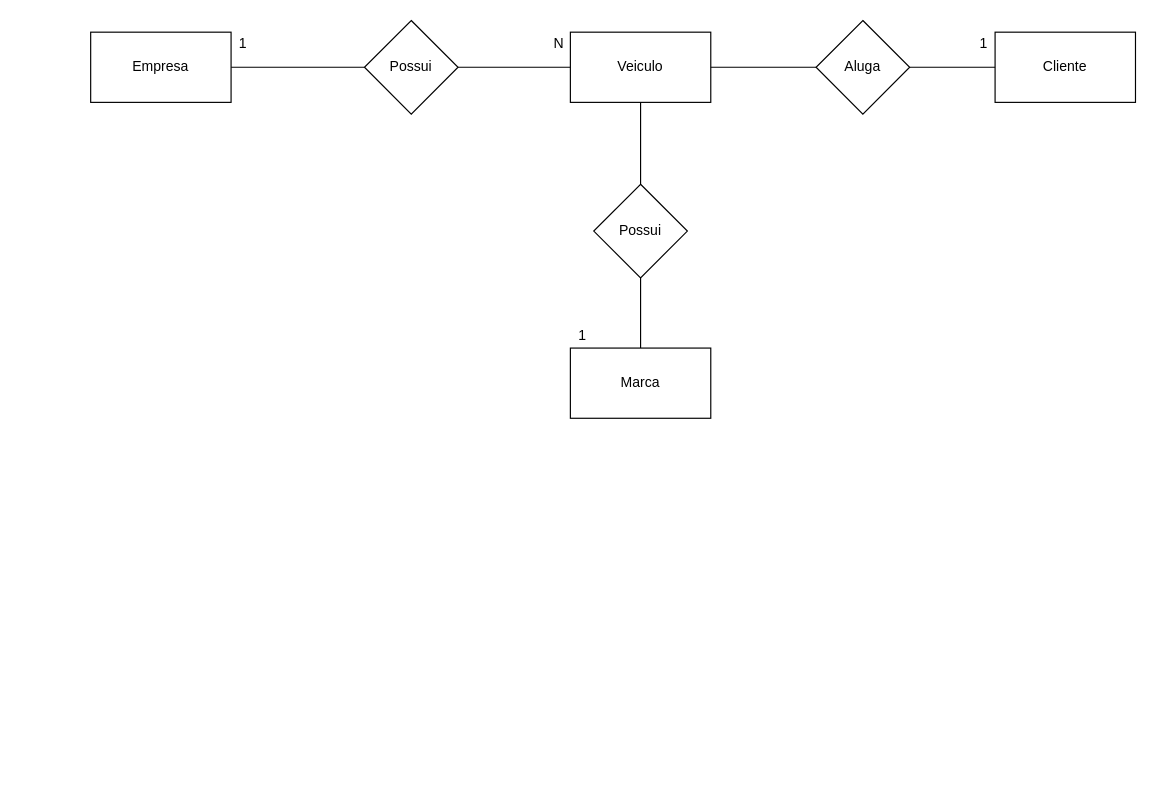
The draw.io diagram exercicios/1.2-exercicio-locadora/1.2-exercicio-locadora.drawio in Vitormanoel-melo/Sprint-1_BD_Relacional, before the edit. Source tidied: cells renumbered, new cells numbered last; positions are measured from the earlier drawing's top-left corner, leaving out a move shared by most shapes. Both pictures are drawn from the tidied source at 117%, with x=0, y=0 at pixel (90, 20).
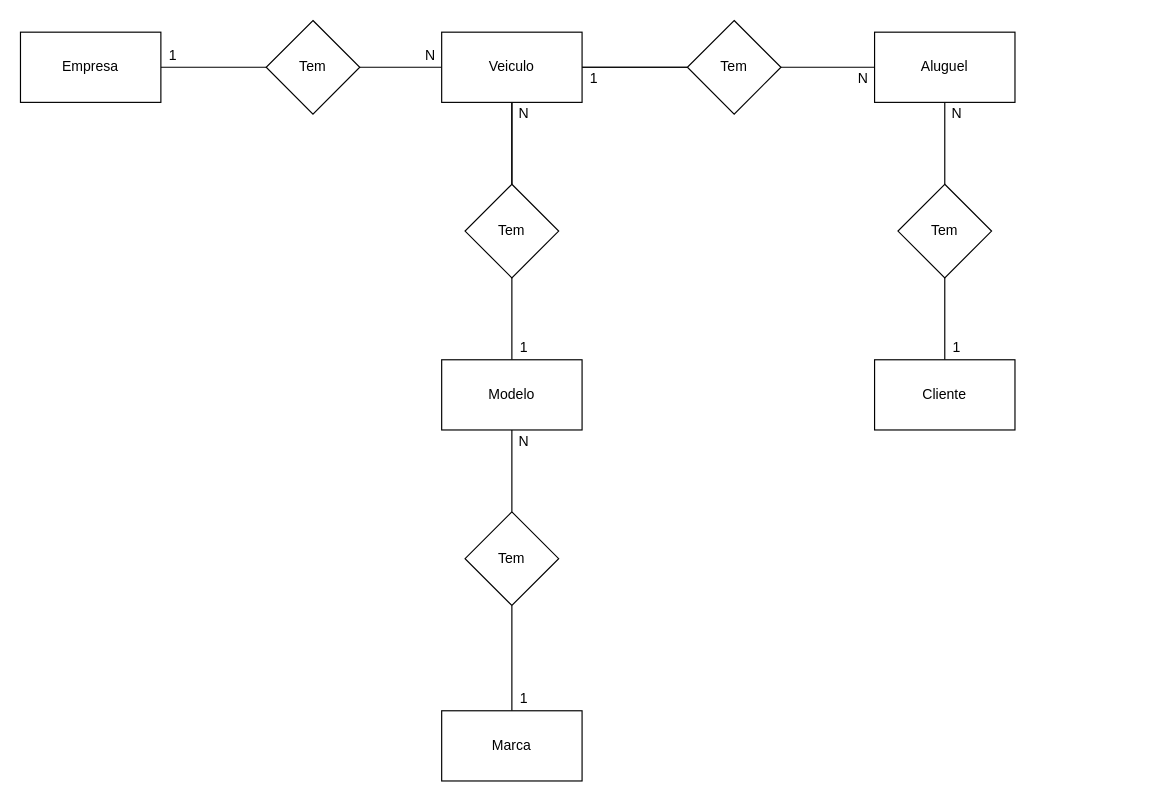
Above is the later version.

The edit, as a diff of the source:
```diff
@@
-    <mxCell id="2" style="edgeStyle=orthogonalEdgeStyle;rounded=0;jettySize=auto;html=1;entryX=0;entryY=0.5;entryDx=0;entryDy=0;endArrow=none;endFill=0;" parent="1" edge="1" source="3" target="5">
-      <mxGeometry relative="1" as="geometry" />
-    </mxCell>
+    <mxCell id="19" style="edgeStyle=orthogonalEdgeStyle;rounded=0;jettySize=auto;html=1;entryX=0;entryY=0.5;entryDx=0;entryDy=0;endArrow=none;endFill=0;" parent="1" edge="1" source="3" target="20">
+      <mxGeometry relative="1" as="geometry" />
+    </mxCell>
     <mxCell id="3" value="Empresa" style="rounded=0;whiteSpace=wrap;html=1;" parent="1" vertex="1">
-      <mxGeometry y="10" width="120" height="60" as="geometry" />
+      <mxGeometry x="-60" y="10" width="120" height="60" as="geometry" />
     </mxCell>
-    <mxCell id="4" style="edgeStyle=orthogonalEdgeStyle;rounded=0;jettySize=auto;html=1;entryX=0;entryY=0.5;entryDx=0;entryDy=0;endArrow=none;endFill=0;" parent="1" edge="1" source="5" target="6">
-      <mxGeometry relative="1" as="geometry" />
-    </mxCell>
-    <mxCell id="5" value="Possui" style="rhombus;whiteSpace=wrap;html=1;" parent="1" vertex="1">
-      <mxGeometry x="234" width="80" height="80" as="geometry" />
-    </mxCell>
+    <mxCell id="20" value="Tem" style="rhombus;whiteSpace=wrap;html=1;" parent="1" vertex="1">
+      <mxGeometry x="150" width="80" height="80" as="geometry" />
+    </mxCell>
+    <mxCell id="21" style="edgeStyle=orthogonalEdgeStyle;rounded=0;jettySize=auto;html=1;entryX=1;entryY=0.5;entryDx=0;entryDy=0;endArrow=none;endFill=0;" parent="1" edge="1" source="6" target="20">
+      <mxGeometry relative="1" as="geometry" />
+    </mxCell>
+    <mxCell id="22" style="edgeStyle=orthogonalEdgeStyle;rounded=0;jettySize=auto;html=1;endArrow=none;endFill=0;" parent="1" edge="1" source="6" target="29">
+      <mxGeometry relative="1" as="geometry" />
+    </mxCell>
+    <mxCell id="23" style="edgeStyle=orthogonalEdgeStyle;rounded=0;jettySize=auto;html=1;endArrow=none;endFill=0;" parent="1" edge="1" source="6">
+      <mxGeometry relative="1" as="geometry">
+        <mxPoint x="510" y="40" as="targetPoint" />
+      </mxGeometry>
+    </mxCell>
+    <mxCell id="24" style="edgeStyle=orthogonalEdgeStyle;rounded=0;jettySize=auto;html=1;endArrow=none;endFill=0;" parent="1" edge="1" source="6" target="38">
+      <mxGeometry relative="1" as="geometry" />
+    </mxCell>
     <mxCell id="6" value="Veiculo" style="rounded=0;whiteSpace=wrap;html=1;" parent="1" vertex="1">
-      <mxGeometry x="410" y="10" width="120" height="60" as="geometry" />
+      <mxGeometry x="300" y="10" width="120" height="60" as="geometry" />
     </mxCell>
-    <mxCell id="7" value="1" style="text;html=1;align=center;verticalAlign=middle;" parent="1" vertex="1">
-      <mxGeometry x="120" y="10" width="20" height="20" as="geometry" />
-    </mxCell>
-    <mxCell id="8" value="N" style="text;html=1;align=center;verticalAlign=middle;" parent="1" vertex="1">
-      <mxGeometry x="390" y="10" width="20" height="20" as="geometry" />
-    </mxCell>
-    <mxCell id="9" style="edgeStyle=orthogonalEdgeStyle;rounded=0;jettySize=auto;html=1;entryX=0.5;entryY=1;entryDx=0;entryDy=0;endArrow=none;endFill=0;" parent="1" edge="1" source="11" target="6">
-      <mxGeometry relative="1" as="geometry" />
-    </mxCell>
-    <mxCell id="10" style="edgeStyle=orthogonalEdgeStyle;rounded=0;jettySize=auto;html=1;endArrow=none;endFill=0;" parent="1" edge="1" source="11">
-      <mxGeometry relative="1" as="geometry">
-        <mxPoint x="470" y="280" as="targetPoint" />
-      </mxGeometry>
-    </mxCell>
-    <mxCell id="11" value="Possui" style="rhombus;whiteSpace=wrap;html=1;" parent="1" vertex="1">
-      <mxGeometry x="430" y="140" width="80" height="80" as="geometry" />
-    </mxCell>
+    <mxCell id="25" value="N" style="text;html=1;align=center;verticalAlign=middle;" parent="1" vertex="1">
+      <mxGeometry x="280" y="20" width="20" height="20" as="geometry" />
+    </mxCell>
+    <mxCell id="26" value="1" style="text;html=1;align=center;verticalAlign=middle;" parent="1" vertex="1">
+      <mxGeometry x="60" y="20" width="20" height="20" as="geometry" />
+    </mxCell>
+    <mxCell id="27" style="edgeStyle=orthogonalEdgeStyle;rounded=0;jettySize=auto;html=1;entryX=0.5;entryY=1;entryDx=0;entryDy=0;endArrow=none;endFill=0;" parent="1" edge="1" source="29" target="6">
+      <mxGeometry relative="1" as="geometry" />
+    </mxCell>
+    <mxCell id="28" style="edgeStyle=orthogonalEdgeStyle;rounded=0;jettySize=auto;html=1;endArrow=none;endFill=0;" parent="1" edge="1" source="29">
+      <mxGeometry relative="1" as="geometry">
+        <mxPoint x="360" y="290" as="targetPoint" />
+      </mxGeometry>
+    </mxCell>
+    <mxCell id="29" value="Tem" style="rhombus;whiteSpace=wrap;html=1;" parent="1" vertex="1">
+      <mxGeometry x="320" y="140" width="80" height="80" as="geometry" />
+    </mxCell>
+    <mxCell id="30" value="Modelo" style="rounded=0;whiteSpace=wrap;html=1;" parent="1" vertex="1">
+      <mxGeometry x="300" y="290" width="120" height="60" as="geometry" />
+    </mxCell>
+    <mxCell id="31" value="1" style="text;html=1;align=center;verticalAlign=middle;" parent="1" vertex="1">
+      <mxGeometry x="360" y="270" width="20" height="20" as="geometry" />
+    </mxCell>
+    <mxCell id="32" value="N" style="text;html=1;align=center;verticalAlign=middle;" parent="1" vertex="1">
+      <mxGeometry x="360" y="70" width="20" height="20" as="geometry" />
+    </mxCell>
+    <mxCell id="33" style="edgeStyle=orthogonalEdgeStyle;rounded=0;jettySize=auto;html=1;entryX=0.5;entryY=1;entryDx=0;entryDy=0;endArrow=none;endFill=0;" parent="1" edge="1" source="35" target="30">
+      <mxGeometry relative="1" as="geometry" />
+    </mxCell>
+    <mxCell id="34" style="edgeStyle=orthogonalEdgeStyle;rounded=0;jettySize=auto;html=1;entryX=0.5;entryY=0;entryDx=0;entryDy=0;endArrow=none;endFill=0;" parent="1" edge="1" source="35" target="12">
+      <mxGeometry relative="1" as="geometry" />
+    </mxCell>
+    <mxCell id="35" value="Tem" style="rhombus;whiteSpace=wrap;html=1;" parent="1" vertex="1">
+      <mxGeometry x="320" y="420" width="80" height="80" as="geometry" />
+    </mxCell>
     <mxCell id="12" value="Marca" style="rounded=0;whiteSpace=wrap;html=1;" parent="1" vertex="1">
-      <mxGeometry x="410" y="280" width="120" height="60" as="geometry" />
+      <mxGeometry x="300" y="590" width="120" height="60" as="geometry" />
     </mxCell>
-    <mxCell id="13" value="1" style="text;html=1;align=center;verticalAlign=middle;" parent="1" vertex="1">
-      <mxGeometry x="410" y="260" width="20" height="20" as="geometry" />
-    </mxCell>
+    <mxCell id="36" value="N" style="text;html=1;align=center;verticalAlign=middle;" parent="1" vertex="1">
+      <mxGeometry x="360" y="350" width="20" height="20" as="geometry" />
+    </mxCell>
+    <mxCell id="37" value="1" style="text;html=1;align=center;verticalAlign=middle;" parent="1" vertex="1">
+      <mxGeometry x="360" y="570" width="20" height="20" as="geometry" />
+    </mxCell>
+    <mxCell id="38" value="Tem" style="rhombus;whiteSpace=wrap;html=1;" parent="1" vertex="1">
+      <mxGeometry x="510" width="80" height="80" as="geometry" />
+    </mxCell>
+    <mxCell id="39" style="edgeStyle=orthogonalEdgeStyle;rounded=0;jettySize=auto;html=1;entryX=1;entryY=0.5;entryDx=0;entryDy=0;endArrow=none;endFill=0;" parent="1" edge="1" source="40" target="38">
+      <mxGeometry relative="1" as="geometry" />
+    </mxCell>
+    <mxCell id="40" value="Aluguel" style="rounded=0;whiteSpace=wrap;html=1;" parent="1" vertex="1">
+      <mxGeometry x="670" y="10" width="120" height="60" as="geometry" />
+    </mxCell>
+    <mxCell id="41" style="edgeStyle=orthogonalEdgeStyle;rounded=0;jettySize=auto;html=1;entryX=0.5;entryY=1;entryDx=0;entryDy=0;endArrow=none;endFill=0;" parent="1" edge="1" source="43" target="40">
+      <mxGeometry relative="1" as="geometry" />
+    </mxCell>
+    <mxCell id="42" style="edgeStyle=orthogonalEdgeStyle;rounded=0;jettySize=auto;html=1;entryX=0.5;entryY=0;entryDx=0;entryDy=0;endArrow=none;endFill=0;" parent="1" edge="1" source="43" target="14">
+      <mxGeometry relative="1" as="geometry" />
+    </mxCell>
+    <mxCell id="43" value="Tem" style="rhombus;whiteSpace=wrap;html=1;" parent="1" vertex="1">
+      <mxGeometry x="690" y="140" width="80" height="80" as="geometry" />
+    </mxCell>
     <mxCell id="14" value="Cliente" style="rounded=0;whiteSpace=wrap;html=1;" parent="1" vertex="1">
-      <mxGeometry x="773" y="10" width="120" height="60" as="geometry" />
+      <mxGeometry x="670" y="290" width="120" height="60" as="geometry" />
     </mxCell>
-    <mxCell id="15" style="edgeStyle=orthogonalEdgeStyle;rounded=0;jettySize=auto;html=1;entryX=0;entryY=0.5;entryDx=0;entryDy=0;endArrow=none;endFill=0;" parent="1" edge="1" source="17" target="14">
-      <mxGeometry relative="1" as="geometry" />
-    </mxCell>
-    <mxCell id="16" style="edgeStyle=orthogonalEdgeStyle;rounded=0;jettySize=auto;html=1;endArrow=none;endFill=0;" parent="1" edge="1" source="17" target="6">
-      <mxGeometry relative="1" as="geometry" />
-    </mxCell>
-    <mxCell id="17" value="Aluga" style="rhombus;whiteSpace=wrap;html=1;" parent="1" vertex="1">
-      <mxGeometry x="620" width="80" height="80" as="geometry" />
-    </mxCell>
-    <mxCell id="18" value="1" style="text;html=1;align=center;verticalAlign=middle;" parent="1" vertex="1">
-      <mxGeometry x="753" y="10" width="20" height="20" as="geometry" />
-    </mxCell>
+    <mxCell id="44" value="N" style="text;html=1;align=center;verticalAlign=middle;" parent="1" vertex="1">
+      <mxGeometry x="730" y="70" width="20" height="20" as="geometry" />
+    </mxCell>
+    <mxCell id="45" value="1" style="text;html=1;align=center;verticalAlign=middle;" parent="1" vertex="1">
+      <mxGeometry x="730" y="270" width="20" height="20" as="geometry" />
+    </mxCell>
+    <mxCell id="46" value="1" style="text;html=1;align=center;verticalAlign=middle;" parent="1" vertex="1">
+      <mxGeometry x="420" y="40" width="20" height="20" as="geometry" />
+    </mxCell>
+    <mxCell id="47" value="N" style="text;html=1;align=center;verticalAlign=middle;" parent="1" vertex="1">
+      <mxGeometry x="650" y="40" width="20" height="20" as="geometry" />
+    </mxCell>
```
